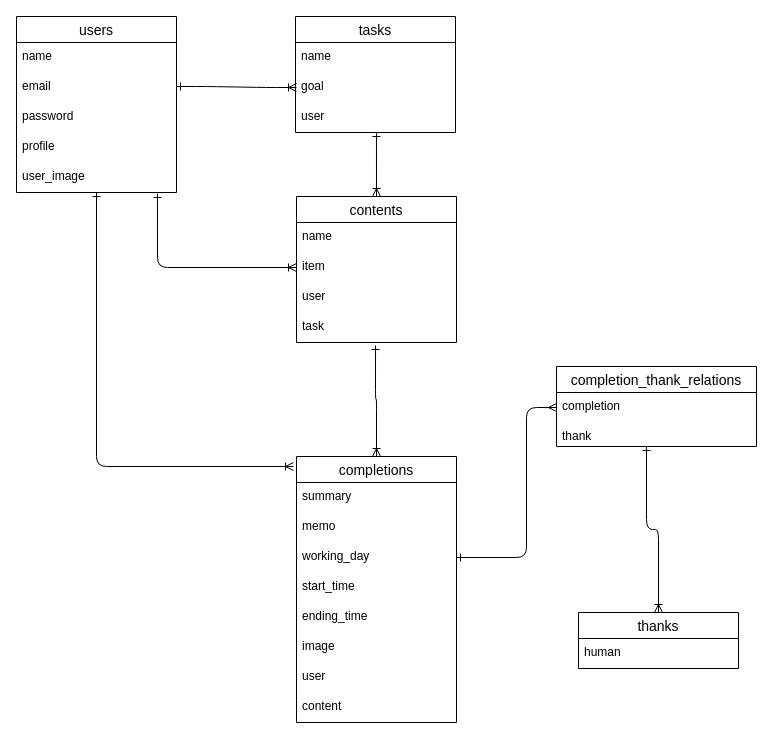
Above: ER.dio in st-maru/did_it (draw.io), before the change. Source tidied: cells renumbered, new cells numbered last; positions are measured from the earlier drawing's top-left corner, leaving out a move shared by most shapes. Both pictures are drawn from the tidied source at 100%, with x=0, y=0 at pixel (16, 16).
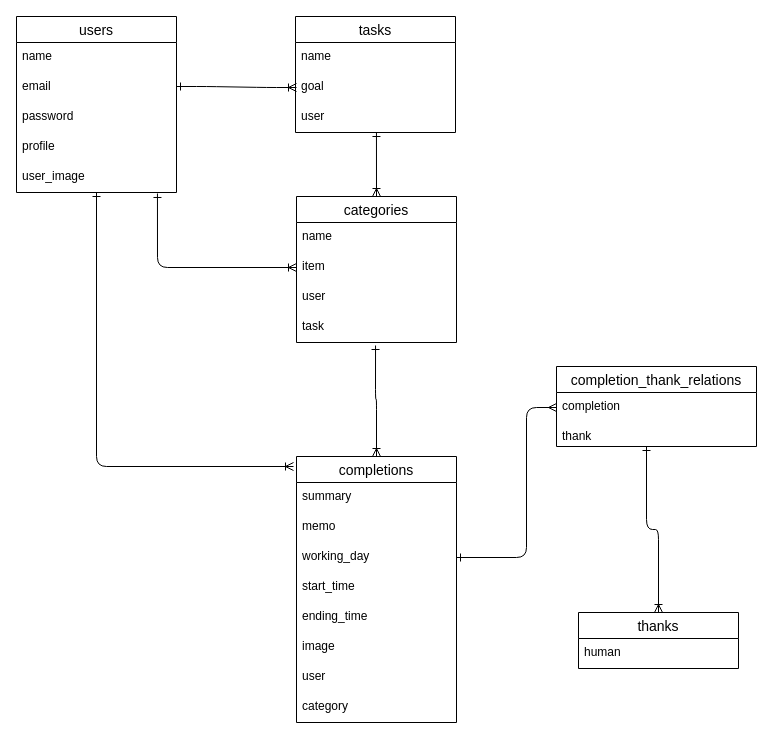
The same diagram, later.

Unchanged cells that the change refers to:
```xml
<mxCell id="17" value="completions" style="swimlane;fontStyle=0;horizontal=1;startSize=26;align=center;fontSize=14;" parent="1" vertex="1">
  <mxGeometry x="280" y="440" width="160" height="266" as="geometry" />
</mxCell>
```

Diff of the diagram source:
```diff
@@
-    <mxCell id="25" value="content" style="text;strokeColor=none;fillColor=none;spacingLeft=4;spacingRight=4;overflow=hidden;fontSize=12;" parent="17" vertex="1">
+    <mxCell id="25" value="category" style="text;strokeColor=none;fillColor=none;spacingLeft=4;spacingRight=4;overflow=hidden;fontSize=12;" parent="17" vertex="1">
       <mxGeometry y="236" width="160" height="30" as="geometry" />
     </mxCell>
@@
-    <mxCell id="31" value="contents" style="swimlane;fontStyle=0;horizontal=1;startSize=26;align=center;fontSize=14;" parent="1" vertex="1">
+    <mxCell id="31" value="categories" style="swimlane;fontStyle=0;horizontal=1;startSize=26;align=center;fontSize=14;" parent="1" vertex="1">
       <mxGeometry x="280" y="180" width="160" height="146" as="geometry" />
     </mxCell>
```
